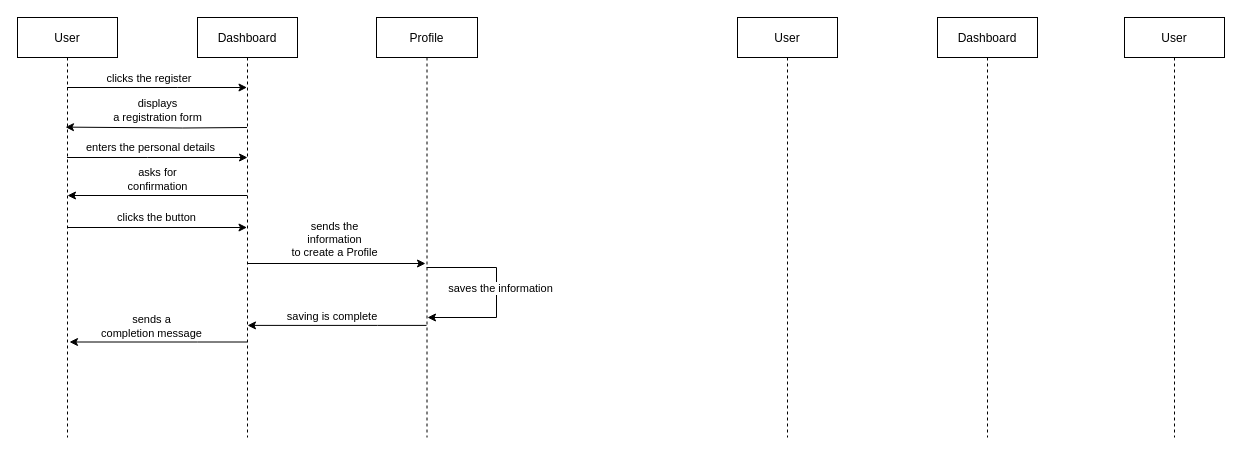
The draw.io diagram homework2.drawio in Adamlixi/adamblog.github.io, before the edit. Source tidied: cells renumbered, new cells numbered last; positions are measured from the earlier drawing's top-left corner, leaving out a move shared by most shapes. Both pictures are drawn from the tidied source at 100%, with x=0, y=0 at pixel (17, 17).
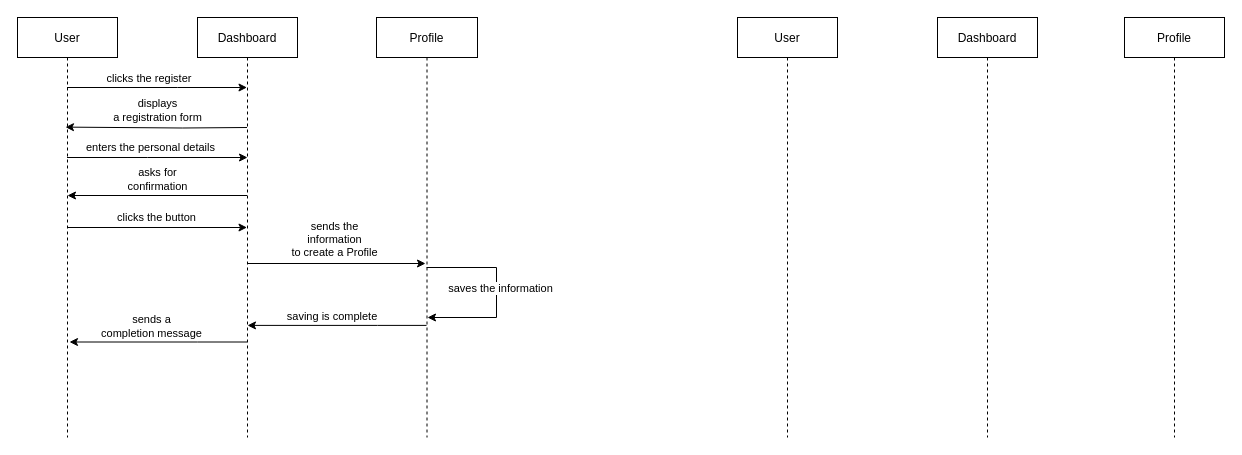
After the change.

Change to the diagram source:
```diff
@@
-    <mxCell id="26" value="User" style="shape=umlLifeline;perimeter=lifelinePerimeter;rounded=0;shadow=0;strokeWidth=1;" parent="1" vertex="1">
+    <mxCell id="26" value="Profile" style="shape=umlLifeline;perimeter=lifelinePerimeter;rounded=0;shadow=0;strokeWidth=1;" parent="1" vertex="1">
       <mxGeometry x="1107" width="100" height="420" as="geometry" />
     </mxCell>
```
